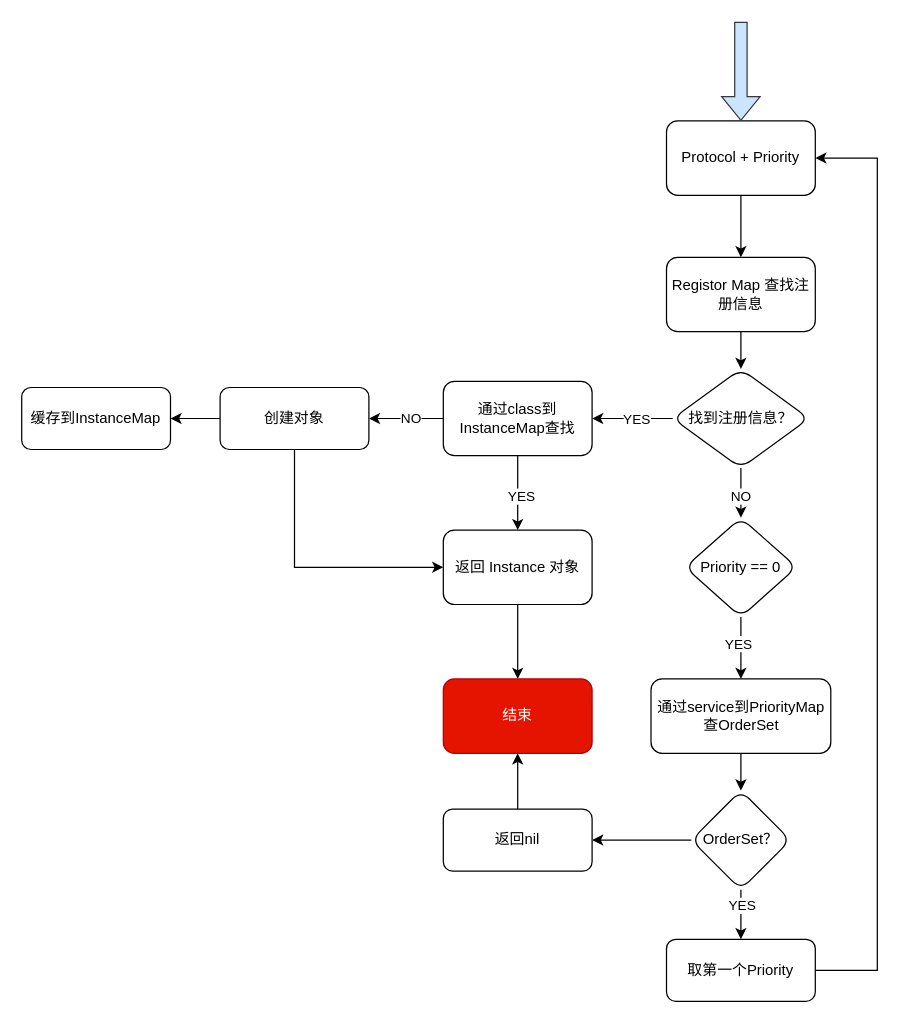
faimin/ZDMediator keeps this draw.io diagram as page "第 3 页" (3 of 3) of Resources/ZDMediator架构.drawio. Above is the earlier version. Source tidied: cells renumbered, new cells numbered last; positions are measured from the earlier drawing's top-left corner, leaving out a move shared by most shapes. Both pictures are drawn from the tidied source at 124%, with x=0, y=0 at pixel (21, 21).
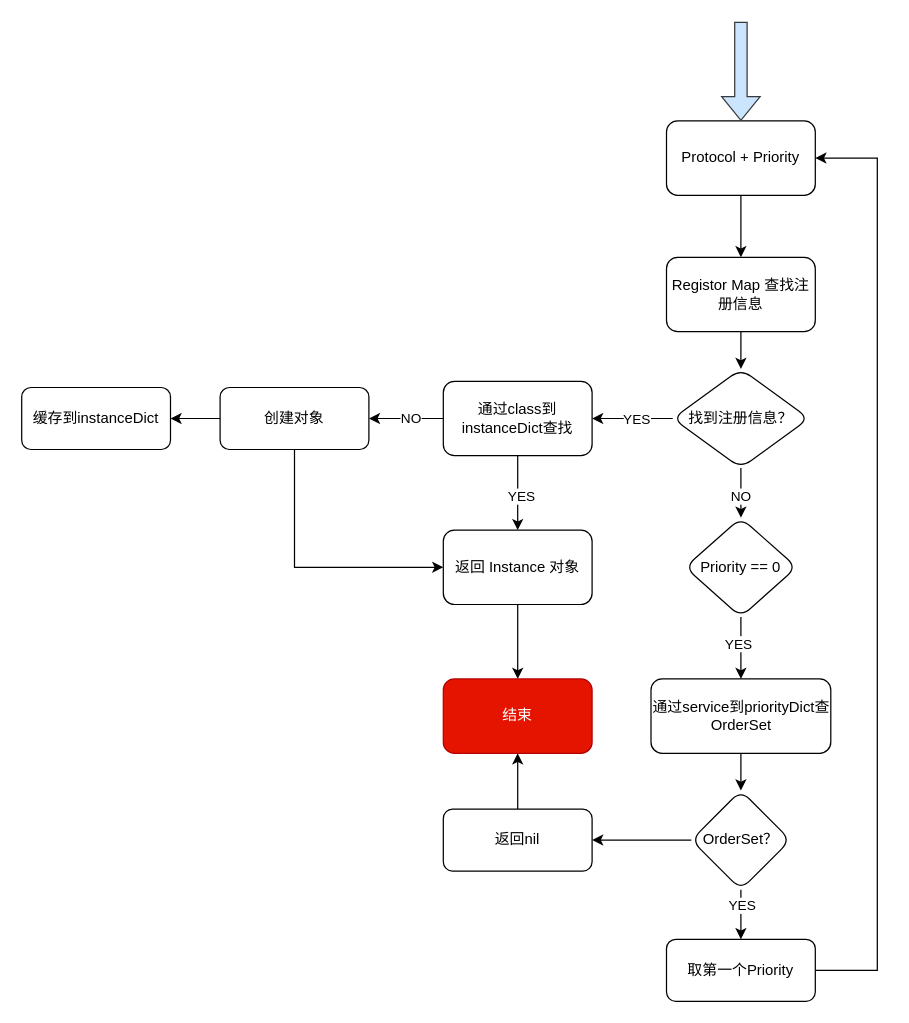
After the change.

Diff of the diagram source:
```diff
@@
-    <mxCell id="18" value="通过class到InstanceMap查找" style="whiteSpace=wrap;html=1;rounded=1;" parent="1" vertex="1">
+    <mxCell id="18" value="通过class到instanceDict查找" style="whiteSpace=wrap;html=1;rounded=1;" parent="1" vertex="1">
       <mxGeometry x="340" y="290" width="120" height="60" as="geometry" />
     </mxCell>
@@
-    <mxCell id="24" value="缓存到InstanceMap" style="whiteSpace=wrap;html=1;rounded=1;" parent="1" vertex="1">
+    <mxCell id="24" value="缓存到instanceDict" style="whiteSpace=wrap;html=1;rounded=1;" parent="1" vertex="1">
       <mxGeometry y="295" width="120" height="50" as="geometry" />
     </mxCell>
@@
-    <mxCell id="26" value="通过service到PriorityMap查OrderSet" style="whiteSpace=wrap;html=1;rounded=1;" parent="1" vertex="1">
+    <mxCell id="26" value="通过service到priorityDict查OrderSet" style="whiteSpace=wrap;html=1;rounded=1;" parent="1" vertex="1">
       <mxGeometry x="507.5" y="530" width="145" height="60" as="geometry" />
     </mxCell>
```
